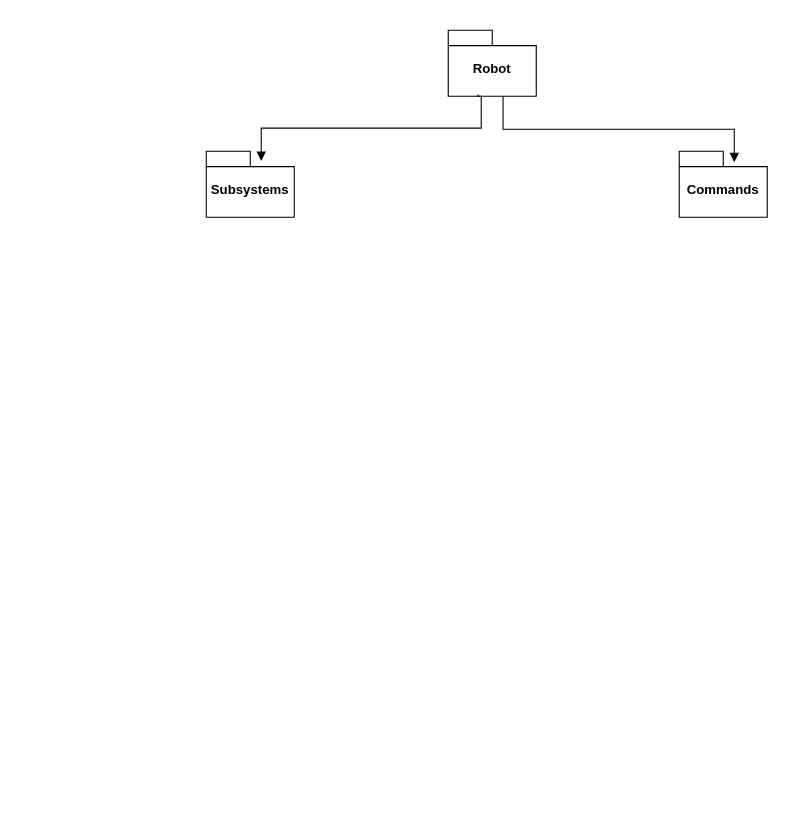
Earlier version of the draw.io diagram UML.drawio (lionbots/frc-2025). Source tidied: cells renumbered, new cells numbered last; positions are measured from the earlier drawing's top-left corner, leaving out a move shared by most shapes. Both pictures are drawn from the tidied source at 110%, with x=0, y=0 at pixel (206, 30).
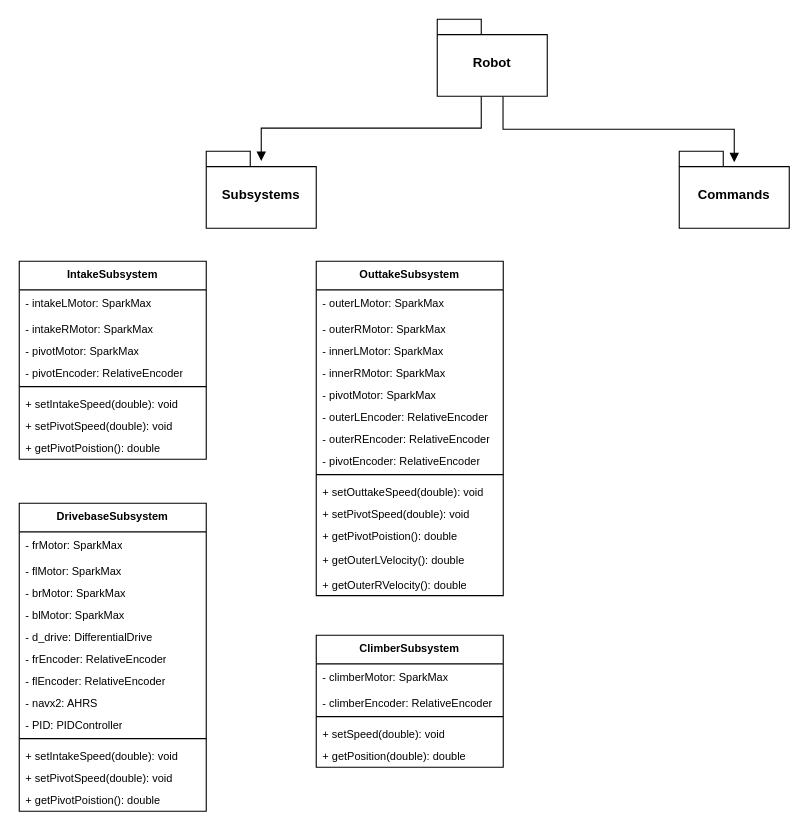
The same diagram, later.

What changed in the source:
```diff
@@
-    <mxCell id="2" value="Robot" style="shape=folder;fontStyle=1;spacingTop=10;tabWidth=40;tabHeight=14;tabPosition=left;html=1;whiteSpace=wrap;" parent="1" vertex="1">
-      <mxGeometry x="220" width="80" height="60" as="geometry" />
-    </mxCell>
-    <mxCell id="3" style="endArrow=block;endFill=1;html=1;edgeStyle=orthogonalEdgeStyle;align=left;verticalAlign=top;rounded=0;exitX=0.623;exitY=1.002;exitDx=0;exitDy=0;exitPerimeter=0;" parent="1" edge="1" source="2">
+    <mxCell id="3" style="endArrow=block;endFill=1;html=1;edgeStyle=orthogonalEdgeStyle;align=left;verticalAlign=top;rounded=0;exitX=0.623;exitY=1.002;exitDx=0;exitDy=0;exitPerimeter=0;" parent="1" edge="1">
       <mxGeometry x="-1" relative="1" as="geometry">
+        <mxPoint x="269.8" y="60.1" as="sourcePoint" />
         <mxPoint x="480" y="120" as="targetPoint" />
         <Array as="points">
           <mxPoint x="270" y="90" />
           <mxPoint x="480" y="90" />
           <mxPoint x="480" y="120" />
         </Array>
       </mxGeometry>
     </mxCell>
-    <mxCell id="4" style="endArrow=block;endFill=1;html=1;edgeStyle=orthogonalEdgeStyle;align=left;verticalAlign=top;rounded=0;exitX=0.338;exitY=0.975;exitDx=0;exitDy=0;exitPerimeter=0;" parent="1" edge="1" source="2">
+    <mxCell id="4" style="endArrow=block;endFill=1;html=1;edgeStyle=orthogonalEdgeStyle;align=left;verticalAlign=top;rounded=0;" parent="1" edge="1">
       <mxGeometry x="-1" relative="1" as="geometry">
+        <mxPoint x="250" y="60" as="sourcePoint" />
         <mxPoint x="50" y="118.9" as="targetPoint" />
         <Array as="points">
-          <mxPoint x="247" y="60" />
           <mxPoint x="250" y="60" />
           <mxPoint x="250" y="89" />
           <mxPoint x="50" y="89" />
         </Array>
       </mxGeometry>
     </mxCell>
     <mxCell id="5" value="Subsystems" style="shape=folder;fontStyle=1;spacingTop=10;tabWidth=40;tabHeight=14;tabPosition=left;html=1;whiteSpace=wrap;" parent="1" vertex="1">
-      <mxGeometry y="110" width="80" height="60" as="geometry" />
+      <mxGeometry y="110" width="100" height="70" as="geometry" />
     </mxCell>
+    <mxCell id="7" value="IntakeSubsystem" style="swimlane;fontStyle=1;align=center;verticalAlign=top;horizontal=1;startSize=26;whiteSpace=wrap;html=1;fontSize=10;" parent="1" vertex="1">
+      <mxGeometry x="-170" y="210" width="170" height="180" as="geometry" />
+    </mxCell>
+    <mxCell id="8" value="- intakeLMotor: SparkMax" style="text;strokeColor=none;fillColor=none;align=left;verticalAlign=top;spacingLeft=4;spacingRight=4;overflow=hidden;whiteSpace=wrap;html=1;fontSize=10;" parent="7" vertex="1">
+      <mxGeometry y="26" width="170" height="24" as="geometry" />
+    </mxCell>
+    <mxCell id="9" value="- intakeRMotor: SparkMax" style="text;strokeColor=none;fillColor=none;align=left;verticalAlign=top;spacingLeft=4;spacingRight=4;overflow=hidden;whiteSpace=wrap;html=1;fontSize=10;" parent="7" vertex="1">
+      <mxGeometry y="50" width="170" height="20" as="geometry" />
+    </mxCell>
+    <mxCell id="10" value="- pivotMotor: SparkMax" style="text;strokeColor=none;fillColor=none;align=left;verticalAlign=top;spacingLeft=4;spacingRight=4;overflow=hidden;whiteSpace=wrap;html=1;fontSize=10;" parent="7" vertex="1">
+      <mxGeometry y="70" width="170" height="20" as="geometry" />
+    </mxCell>
+    <mxCell id="11" value="- pivotEncoder: RelativeEncoder" style="text;strokeColor=none;fillColor=none;align=left;verticalAlign=top;spacingLeft=4;spacingRight=4;overflow=hidden;whiteSpace=wrap;html=1;fontSize=10;" parent="7" vertex="1">
+      <mxGeometry y="90" width="170" height="20" as="geometry" />
+    </mxCell>
+    <mxCell id="12" style="line;strokeWidth=1;fillColor=none;align=left;verticalAlign=middle;spacingTop=-1;spacingLeft=3;spacingRight=3;labelPosition=right;strokeColor=inherit;" parent="7" vertex="1">
+      <mxGeometry y="110" width="170" height="8" as="geometry" />
+    </mxCell>
+    <mxCell id="13" value="+ setIntakeSpeed(double): void" style="text;strokeColor=none;fillColor=none;align=left;verticalAlign=top;spacingLeft=4;spacingRight=4;overflow=hidden;whiteSpace=wrap;html=1;fontSize=10;" parent="7" vertex="1">
+      <mxGeometry y="118" width="170" height="20" as="geometry" />
+    </mxCell>
+    <mxCell id="14" value="+ setPivotSpeed(double): void" style="text;strokeColor=none;fillColor=none;align=left;verticalAlign=top;spacingLeft=4;spacingRight=4;overflow=hidden;whiteSpace=wrap;html=1;fontSize=10;" parent="7" vertex="1">
+      <mxGeometry y="138" width="170" height="20" as="geometry" />
+    </mxCell>
+    <mxCell id="15" value="+ getPivotPoistion(): double" style="text;strokeColor=none;fillColor=none;align=left;verticalAlign=top;spacingLeft=4;spacingRight=4;overflow=hidden;whiteSpace=wrap;html=1;fontSize=10;" parent="7" vertex="1">
+      <mxGeometry y="158" width="170" height="22" as="geometry" />
+    </mxCell>
     <mxCell id="6" value="Commands" style="shape=folder;fontStyle=1;spacingTop=10;tabWidth=40;tabHeight=14;tabPosition=left;html=1;whiteSpace=wrap;" parent="1" vertex="1">
-      <mxGeometry x="430" y="110" width="80" height="60" as="geometry" />
+      <mxGeometry x="430" y="110" width="100" height="70" as="geometry" />
     </mxCell>
+    <mxCell id="2" value="Robot" style="shape=folder;fontStyle=1;spacingTop=10;tabWidth=40;tabHeight=14;tabPosition=left;html=1;whiteSpace=wrap;" parent="1" vertex="1">
+      <mxGeometry x="210" y="-10" width="100" height="70" as="geometry" />
+    </mxCell>
+    <mxCell id="16" value="OuttakeSubsystem" style="swimlane;fontStyle=1;align=center;verticalAlign=top;horizontal=1;startSize=26;whiteSpace=wrap;html=1;fontSize=10;" parent="1" vertex="1">
+      <mxGeometry x="100" y="210" width="170" height="304" as="geometry" />
+    </mxCell>
+    <mxCell id="17" value="- outerLMotor: SparkMax" style="text;strokeColor=none;fillColor=none;align=left;verticalAlign=top;spacingLeft=4;spacingRight=4;overflow=hidden;whiteSpace=wrap;html=1;fontSize=10;" parent="16" vertex="1">
+      <mxGeometry y="26" width="170" height="24" as="geometry" />
+    </mxCell>
+    <mxCell id="18" value="- outerRMotor: SparkMax" style="text;strokeColor=none;fillColor=none;align=left;verticalAlign=top;spacingLeft=4;spacingRight=4;overflow=hidden;whiteSpace=wrap;html=1;fontSize=10;" parent="16" vertex="1">
+      <mxGeometry y="50" width="170" height="20" as="geometry" />
+    </mxCell>
+    <mxCell id="19" value="- innerLMotor: SparkMax" style="text;strokeColor=none;fillColor=none;align=left;verticalAlign=top;spacingLeft=4;spacingRight=4;overflow=hidden;whiteSpace=wrap;html=1;fontSize=10;" parent="16" vertex="1">
+      <mxGeometry y="70" width="170" height="20" as="geometry" />
+    </mxCell>
+    <mxCell id="20" value="- innerRMotor: SparkMax" style="text;strokeColor=none;fillColor=none;align=left;verticalAlign=top;spacingLeft=4;spacingRight=4;overflow=hidden;whiteSpace=wrap;html=1;fontSize=10;" parent="16" vertex="1">
+      <mxGeometry y="90" width="170" height="20" as="geometry" />
+    </mxCell>
+    <mxCell id="21" value="- pivotMotor: SparkMax" style="text;strokeColor=none;fillColor=none;align=left;verticalAlign=top;spacingLeft=4;spacingRight=4;overflow=hidden;whiteSpace=wrap;html=1;fontSize=10;" parent="16" vertex="1">
+      <mxGeometry y="110" width="170" height="20" as="geometry" />
+    </mxCell>
+    <mxCell id="22" value="- outerLEncoder: RelativeEncoder" style="text;strokeColor=none;fillColor=none;align=left;verticalAlign=top;spacingLeft=4;spacingRight=4;overflow=hidden;whiteSpace=wrap;html=1;fontSize=10;" parent="16" vertex="1">
+      <mxGeometry y="130" width="170" height="20" as="geometry" />
+    </mxCell>
+    <mxCell id="23" value="- outerREncoder: RelativeEncoder" style="text;strokeColor=none;fillColor=none;align=left;verticalAlign=top;spacingLeft=4;spacingRight=4;overflow=hidden;whiteSpace=wrap;html=1;fontSize=10;" parent="16" vertex="1">
+      <mxGeometry y="150" width="170" height="20" as="geometry" />
+    </mxCell>
+    <mxCell id="24" value="- pivotEncoder: RelativeEncoder" style="text;strokeColor=none;fillColor=none;align=left;verticalAlign=top;spacingLeft=4;spacingRight=4;overflow=hidden;whiteSpace=wrap;html=1;fontSize=10;" parent="16" vertex="1">
+      <mxGeometry y="170" width="170" height="20" as="geometry" />
+    </mxCell>
+    <mxCell id="25" style="line;strokeWidth=1;fillColor=none;align=left;verticalAlign=middle;spacingTop=-1;spacingLeft=3;spacingRight=3;labelPosition=right;strokeColor=inherit;" parent="16" vertex="1">
+      <mxGeometry y="190" width="170" height="8" as="geometry" />
+    </mxCell>
+    <mxCell id="26" value="+ setOuttakeSpeed(double): void" style="text;strokeColor=none;fillColor=none;align=left;verticalAlign=top;spacingLeft=4;spacingRight=4;overflow=hidden;whiteSpace=wrap;html=1;fontSize=10;" parent="16" vertex="1">
+      <mxGeometry y="198" width="170" height="20" as="geometry" />
+    </mxCell>
+    <mxCell id="27" value="+ setPivotSpeed(double): void" style="text;strokeColor=none;fillColor=none;align=left;verticalAlign=top;spacingLeft=4;spacingRight=4;overflow=hidden;whiteSpace=wrap;html=1;fontSize=10;" parent="16" vertex="1">
+      <mxGeometry y="218" width="170" height="20" as="geometry" />
+    </mxCell>
+    <mxCell id="28" value="+ getPivotPoistion(): double" style="text;strokeColor=none;fillColor=none;align=left;verticalAlign=top;spacingLeft=4;spacingRight=4;overflow=hidden;whiteSpace=wrap;html=1;fontSize=10;" parent="16" vertex="1">
+      <mxGeometry y="238" width="170" height="22" as="geometry" />
+    </mxCell>
+    <mxCell id="29" value="+ getOuterLVelocity(): double" style="text;strokeColor=none;fillColor=none;align=left;verticalAlign=top;spacingLeft=4;spacingRight=4;overflow=hidden;whiteSpace=wrap;html=1;fontSize=10;" parent="16" vertex="1">
+      <mxGeometry y="260" width="170" height="22" as="geometry" />
+    </mxCell>
+    <mxCell id="30" value="+ getOuterRVelocity(): double" style="text;strokeColor=none;fillColor=none;align=left;verticalAlign=top;spacingLeft=4;spacingRight=4;overflow=hidden;whiteSpace=wrap;html=1;fontSize=10;" parent="16" vertex="1">
+      <mxGeometry y="282" width="170" height="22" as="geometry" />
+    </mxCell>
+    <mxCell id="31" value="ClimberSubsystem" style="swimlane;fontStyle=1;align=center;verticalAlign=top;horizontal=1;startSize=26;whiteSpace=wrap;html=1;fontSize=10;" parent="1" vertex="1">
+      <mxGeometry x="100" y="550" width="170" height="120" as="geometry" />
+    </mxCell>
+    <mxCell id="32" value="- climberMotor: SparkMax" style="text;strokeColor=none;fillColor=none;align=left;verticalAlign=top;spacingLeft=4;spacingRight=4;overflow=hidden;whiteSpace=wrap;html=1;fontSize=10;" parent="31" vertex="1">
+      <mxGeometry y="26" width="170" height="24" as="geometry" />
+    </mxCell>
+    <mxCell id="33" value="- climberEncoder: RelativeEncoder" style="text;strokeColor=none;fillColor=none;align=left;verticalAlign=top;spacingLeft=4;spacingRight=4;overflow=hidden;whiteSpace=wrap;html=1;fontSize=10;" parent="31" vertex="1">
+      <mxGeometry y="50" width="170" height="20" as="geometry" />
+    </mxCell>
+    <mxCell id="34" style="line;strokeWidth=1;fillColor=none;align=left;verticalAlign=middle;spacingTop=-1;spacingLeft=3;spacingRight=3;labelPosition=right;strokeColor=inherit;" parent="31" vertex="1">
+      <mxGeometry y="70" width="170" height="8" as="geometry" />
+    </mxCell>
+    <mxCell id="35" value="+ setSpeed(double): void" style="text;strokeColor=none;fillColor=none;align=left;verticalAlign=top;spacingLeft=4;spacingRight=4;overflow=hidden;whiteSpace=wrap;html=1;fontSize=10;" parent="31" vertex="1">
+      <mxGeometry y="78" width="170" height="20" as="geometry" />
+    </mxCell>
+    <mxCell id="36" value="+ getPosition(double): double" style="text;strokeColor=none;fillColor=none;align=left;verticalAlign=top;spacingLeft=4;spacingRight=4;overflow=hidden;whiteSpace=wrap;html=1;fontSize=10;" parent="31" vertex="1">
+      <mxGeometry y="98" width="170" height="22" as="geometry" />
+    </mxCell>
+    <mxCell id="37" value="DrivebaseSubsystem" style="swimlane;fontStyle=1;align=center;verticalAlign=top;horizontal=1;startSize=26;whiteSpace=wrap;html=1;fontSize=10;" parent="1" vertex="1">
+      <mxGeometry x="-170" y="430" width="170" height="280" as="geometry" />
+    </mxCell>
+    <mxCell id="38" value="- frMotor: SparkMax" style="text;strokeColor=none;fillColor=none;align=left;verticalAlign=top;spacingLeft=4;spacingRight=4;overflow=hidden;whiteSpace=wrap;html=1;fontSize=10;" parent="37" vertex="1">
+      <mxGeometry y="26" width="170" height="24" as="geometry" />
+    </mxCell>
+    <mxCell id="39" value="- flMotor: SparkMax" style="text;strokeColor=none;fillColor=none;align=left;verticalAlign=top;spacingLeft=4;spacingRight=4;overflow=hidden;whiteSpace=wrap;html=1;fontSize=10;" parent="37" vertex="1">
+      <mxGeometry y="50" width="170" height="20" as="geometry" />
+    </mxCell>
+    <mxCell id="40" value="- brMotor: SparkMax" style="text;strokeColor=none;fillColor=none;align=left;verticalAlign=top;spacingLeft=4;spacingRight=4;overflow=hidden;whiteSpace=wrap;html=1;fontSize=10;" parent="37" vertex="1">
+      <mxGeometry y="70" width="170" height="20" as="geometry" />
+    </mxCell>
+    <mxCell id="41" value="- blMotor: SparkMax" style="text;strokeColor=none;fillColor=none;align=left;verticalAlign=top;spacingLeft=4;spacingRight=4;overflow=hidden;whiteSpace=wrap;html=1;fontSize=10;" parent="37" vertex="1">
+      <mxGeometry y="90" width="170" height="20" as="geometry" />
+    </mxCell>
+    <mxCell id="42" value="- d_drive: DifferentialDrive" style="text;strokeColor=none;fillColor=none;align=left;verticalAlign=top;spacingLeft=4;spacingRight=4;overflow=hidden;whiteSpace=wrap;html=1;fontSize=10;" parent="37" vertex="1">
+      <mxGeometry y="110" width="170" height="20" as="geometry" />
+    </mxCell>
+    <mxCell id="43" value="- frEncoder: RelativeEncoder" style="text;strokeColor=none;fillColor=none;align=left;verticalAlign=top;spacingLeft=4;spacingRight=4;overflow=hidden;whiteSpace=wrap;html=1;fontSize=10;" parent="37" vertex="1">
+      <mxGeometry y="130" width="170" height="20" as="geometry" />
+    </mxCell>
+    <mxCell id="44" value="- flEncoder: RelativeEncoder" style="text;strokeColor=none;fillColor=none;align=left;verticalAlign=top;spacingLeft=4;spacingRight=4;overflow=hidden;whiteSpace=wrap;html=1;fontSize=10;" parent="37" vertex="1">
+      <mxGeometry y="150" width="170" height="20" as="geometry" />
+    </mxCell>
+    <mxCell id="45" value="- navx2: AHRS" style="text;strokeColor=none;fillColor=none;align=left;verticalAlign=top;spacingLeft=4;spacingRight=4;overflow=hidden;whiteSpace=wrap;html=1;fontSize=10;" parent="37" vertex="1">
+      <mxGeometry y="170" width="170" height="20" as="geometry" />
+    </mxCell>
+    <mxCell id="46" value="- PID: PIDController" style="text;strokeColor=none;fillColor=none;align=left;verticalAlign=top;spacingLeft=4;spacingRight=4;overflow=hidden;whiteSpace=wrap;html=1;fontSize=10;" parent="37" vertex="1">
+      <mxGeometry y="190" width="170" height="20" as="geometry" />
+    </mxCell>
+    <mxCell id="47" style="line;strokeWidth=1;fillColor=none;align=left;verticalAlign=middle;spacingTop=-1;spacingLeft=3;spacingRight=3;labelPosition=right;strokeColor=inherit;" parent="37" vertex="1">
+      <mxGeometry y="210" width="170" height="8" as="geometry" />
+    </mxCell>
+    <mxCell id="48" value="+ setIntakeSpeed(double): void" style="text;strokeColor=none;fillColor=none;align=left;verticalAlign=top;spacingLeft=4;spacingRight=4;overflow=hidden;whiteSpace=wrap;html=1;fontSize=10;" parent="37" vertex="1">
+      <mxGeometry y="218" width="170" height="20" as="geometry" />
+    </mxCell>
+    <mxCell id="49" value="+ setPivotSpeed(double): void" style="text;strokeColor=none;fillColor=none;align=left;verticalAlign=top;spacingLeft=4;spacingRight=4;overflow=hidden;whiteSpace=wrap;html=1;fontSize=10;" parent="37" vertex="1">
+      <mxGeometry y="238" width="170" height="20" as="geometry" />
+    </mxCell>
+    <mxCell id="50" value="+ getPivotPoistion(): double" style="text;strokeColor=none;fillColor=none;align=left;verticalAlign=top;spacingLeft=4;spacingRight=4;overflow=hidden;whiteSpace=wrap;html=1;fontSize=10;" parent="37" vertex="1">
+      <mxGeometry y="258" width="170" height="22" as="geometry" />
+    </mxCell>
```
